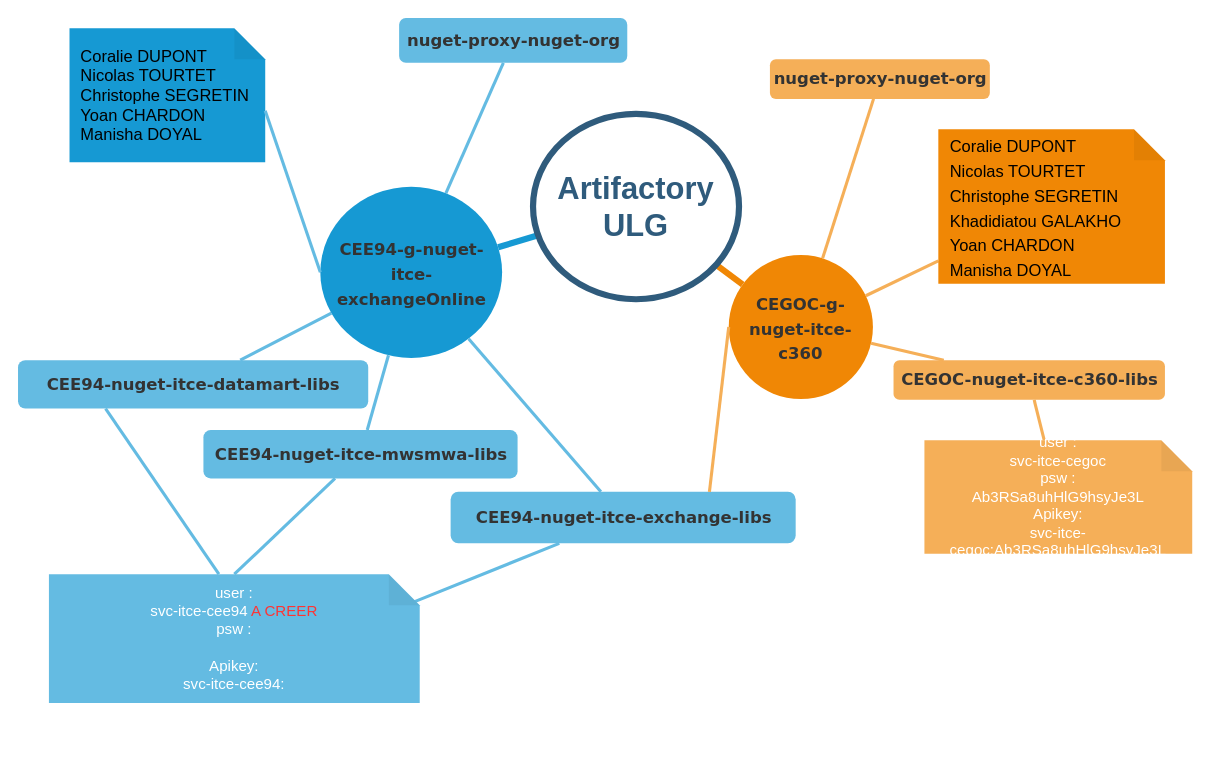
Before: page "C360-Administrateurs" (2 of 2) of artifactory-uld_Diagram.drawio in jmrablat/diagrams, a draw.io diagram. Source tidied: cells renumbered, new cells numbered last; positions are measured from the earlier drawing's top-left corner, leaving out a move shared by most shapes. Both pictures are drawn from the tidied source at 103%, with x=0, y=0 at pixel (18, 18).
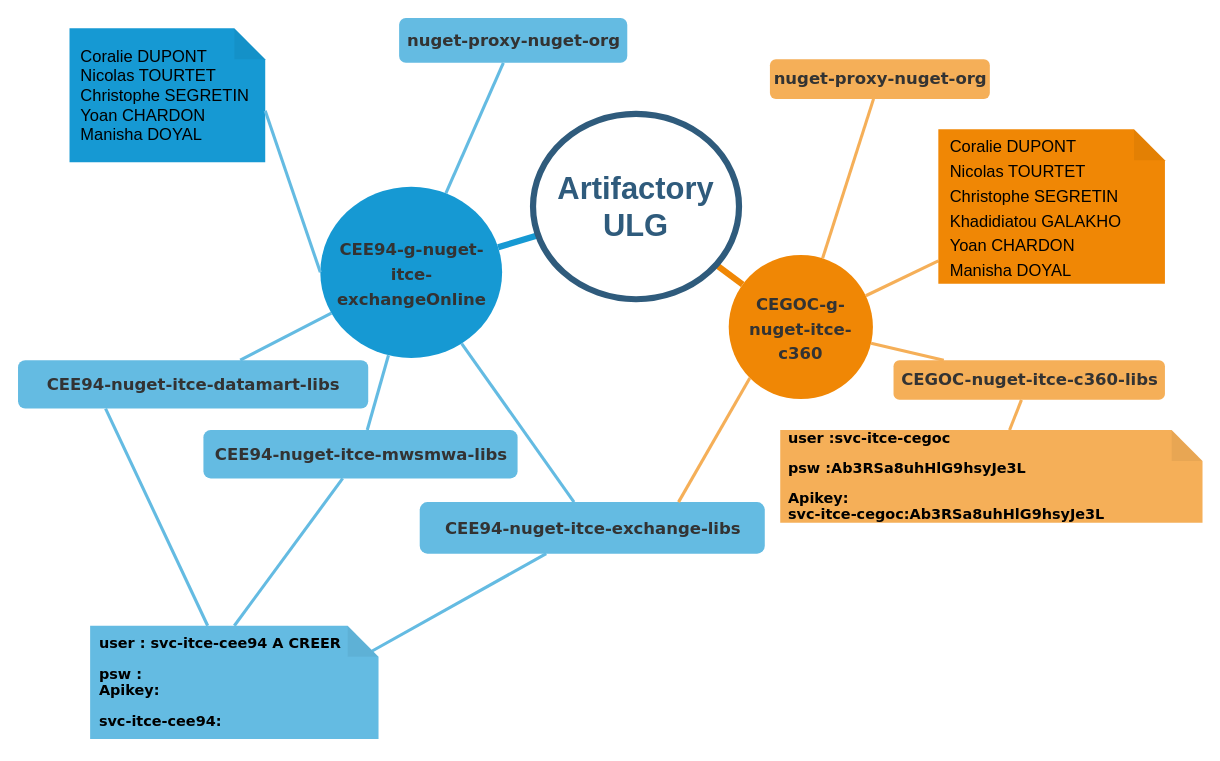
The same diagram, later.

Commit message:
positionnement des comptes de services

The change refers to these unchanged cells:
```xml
<mxCell id="4" value="&lt;span style=&quot;color: rgb(51 , 51 , 51) ; font-family: &amp;#34;verdana&amp;#34; ; font-size: 16px ; font-weight: 700&quot;&gt;CEGOC-g-nuget-itce-c360&lt;/span&gt;" style="ellipse;whiteSpace=wrap;html=1;shadow=0;fontFamily=Helvetica;fontSize=20;fontColor=#FFFFFF;align=center;strokeWidth=3;fillColor=#F08705;strokeColor=none;gradientColor=none;" parent="1" vertex="1">
  <mxGeometry x="690" y="230" width="140" height="140" as="geometry" />
</mxCell>
<mxCell id="12" value="&lt;span style=&quot;color: rgb(51 , 51 , 51) ; font-family: &amp;#34;verdana&amp;#34; ; font-size: 16px ; font-weight: 700&quot;&gt;CEE94-nuget-itce-datamart-libs&lt;/span&gt;" style="rounded=1;fillColor=#64BBE2;strokeColor=none;strokeWidth=3;shadow=0;html=1;fontColor=#FFFFFF;" parent="1" vertex="1">
  <mxGeometry y="332.2" width="340" height="47" as="geometry" />
</mxCell>
```

The edit, as a diff of the source:
```diff
@@
     <mxCell id="10" value="&lt;span style=&quot;color: rgb(51 , 51 , 51) ; font-family: &amp;#34;verdana&amp;#34; ; font-size: 16px ; font-weight: 700&quot;&gt;CEE94-nuget-itce-exchange-libs&lt;/span&gt;" style="rounded=1;fillColor=#64BBE2;strokeColor=none;strokeWidth=3;shadow=0;html=1;fontColor=#FFFFFF;" parent="1" vertex="1">
-      <mxGeometry x="420" y="460" width="335" height="50" as="geometry" />
+      <mxGeometry x="390" y="470" width="335" height="50" as="geometry" />
     </mxCell>
-    <mxCell id="11" style="edgeStyle=none;jettySize=auto;html=1;entryX=0;entryY=0;entryDx=165;entryDy=0;entryPerimeter=0;endArrow=none;strokeColor=#64BBE2;strokeWidth=3;exitX=0.25;exitY=1;exitDx=0;exitDy=0;" parent="1" edge="1" source="12" target="29">
+    <mxCell id="11" style="edgeStyle=none;jettySize=auto;html=1;endArrow=none;strokeColor=#64BBE2;strokeWidth=3;exitX=0.25;exitY=1;exitDx=0;exitDy=0;" parent="1" edge="1" source="12" target="29">
       <mxGeometry relative="1" as="geometry" />
     </mxCell>
@@
-    <mxCell id="24" style="edgeStyle=none;endArrow=none;strokeWidth=3;strokeColor=#F5AF58;html=1;entryX=0.75;entryY=0;entryDx=0;entryDy=0;exitX=0;exitY=0.5;exitDx=0;exitDy=0;" parent="1" edge="1" source="4" target="10">
+    <mxCell id="24" style="edgeStyle=none;endArrow=none;strokeWidth=3;strokeColor=#F5AF58;html=1;entryX=0.75;entryY=0;entryDx=0;entryDy=0;exitX=0;exitY=1;exitDx=0;exitDy=0;" parent="1" edge="1" source="4" target="10">
       <mxGeometry x="-31" y="110.5" as="geometry" />
     </mxCell>
@@
-    <mxCell id="28" value="&lt;p style=&quot;margin: 0in ; font-family: &amp;#34;calibri&amp;#34; ; font-size: 11.0pt&quot;&gt;user&amp;nbsp;:&lt;br&gt;svc-itce-cegoc&lt;/p&gt;&lt;span style=&quot;font-family: &amp;#34;calibri&amp;#34; ; font-size: 11pt&quot;&gt;psw&amp;nbsp;:&lt;/span&gt;&lt;br&gt;&lt;p style=&quot;margin: 0in ; font-family: &amp;#34;calibri&amp;#34; ; font-size: 11.0pt&quot;&gt;Ab3RSa8uhHlG9hsyJe3L&lt;/p&gt;&lt;p style=&quot;margin: 0in ; font-family: &amp;#34;calibri&amp;#34; ; font-size: 11.0pt&quot;&gt;Apikey:&lt;/p&gt;&lt;p style=&quot;margin: 0in ; font-family: &amp;#34;calibri&amp;#34; ; font-size: 11.0pt&quot;&gt;svc-itce-cegoc:Ab3RSa8uhHlG9hsyJe3L&lt;/p&gt;" style="shape=note;whiteSpace=wrap;html=1;backgroundOutline=1;darkOpacity=0.05;rounded=1;shadow=0;fontColor=#FFFFFF;strokeColor=none;strokeWidth=3;fillColor=#f5af58;" parent="1" vertex="1">
-      <mxGeometry x="880" y="410" width="260" height="110" as="geometry" />
+    <mxCell id="28" value="&lt;p style=&quot;margin: 0in ; font-size: 14px&quot;&gt;&lt;font style=&quot;font-size: 14px&quot;&gt;user&amp;nbsp;:svc-itce-cegoc&lt;/font&gt;&lt;/p&gt;&lt;p&gt;&lt;font style=&quot;font-size: 14px&quot;&gt;&lt;span&gt;psw&amp;nbsp;:&lt;/span&gt;Ab3RSa8uhHlG9hsyJe3L&lt;/font&gt;&lt;/p&gt;&lt;p style=&quot;margin: 0in ; font-size: 14px&quot;&gt;&lt;font style=&quot;font-size: 14px&quot;&gt;Apikey:&lt;/font&gt;&lt;/p&gt;&lt;p style=&quot;margin: 0in ; font-size: 14px&quot;&gt;&lt;font style=&quot;font-size: 14px&quot;&gt;svc-itce-cegoc:Ab3RSa8uhHlG9hsyJe3L&lt;/font&gt;&lt;/p&gt;" style="shape=note;whiteSpace=wrap;html=1;backgroundOutline=1;darkOpacity=0.05;rounded=1;shadow=0;strokeColor=none;strokeWidth=3;fillColor=#f5af58;align=left;spacingLeft=6;fontStyle=1;fontFamily=Verdana;" parent="1" vertex="1">
+      <mxGeometry x="740" y="400" width="410" height="90" as="geometry" />
     </mxCell>
-    <mxCell id="29" value="&lt;p style=&quot;margin: 0in ; font-family: &amp;#34;calibri&amp;#34; ; font-size: 11pt&quot;&gt;user&amp;nbsp;:&lt;br&gt;svc-itce-cee94 &lt;font color=&quot;#ff3333&quot;&gt;A CREER&lt;/font&gt;&lt;/p&gt;&lt;span style=&quot;font-family: &amp;#34;calibri&amp;#34; ; font-size: 11pt&quot;&gt;psw&amp;nbsp;:&lt;/span&gt;&lt;br&gt;&lt;p style=&quot;margin: 0in ; font-family: &amp;#34;calibri&amp;#34; ; font-size: 11pt&quot;&gt;&lt;br&gt;&lt;/p&gt;&lt;p style=&quot;margin: 0in ; font-family: &amp;#34;calibri&amp;#34; ; font-size: 11pt&quot;&gt;Apikey:&lt;/p&gt;&lt;p style=&quot;margin: 0in ; font-family: &amp;#34;calibri&amp;#34; ; font-size: 11pt&quot;&gt;svc-itce-cee94:&lt;/p&gt;" style="shape=note;whiteSpace=wrap;html=1;backgroundOutline=1;darkOpacity=0.05;rounded=1;shadow=0;fontColor=#FFFFFF;strokeColor=none;strokeWidth=3;fillColor=#64BBE2;" parent="1" vertex="1">
-      <mxGeometry x="30" y="540" width="360" height="125" as="geometry" />
+    <mxCell id="29" value="&lt;p style=&quot;margin: 0in ; font-size: 12px&quot;&gt;&lt;/p&gt;&lt;p style=&quot;font-size: 14px&quot;&gt;&lt;font style=&quot;font-size: 14px ; line-height: 100%&quot;&gt;&lt;font style=&quot;font-size: 14px&quot;&gt;&lt;span&gt;user&amp;nbsp;: svc-itce-cee94 &lt;/span&gt;&lt;font style=&quot;font-size: 14px&quot;&gt;A CREER&lt;br&gt;&lt;/font&gt;&lt;/font&gt;&lt;/font&gt;&lt;p&gt;&lt;font style=&quot;font-size: 14px ; line-height: 100%&quot;&gt;&lt;font style=&quot;font-size: 14px&quot;&gt;&lt;span&gt;psw&amp;nbsp;:&amp;nbsp;&lt;br&gt;&lt;/span&gt;&lt;/font&gt;&lt;/font&gt;&lt;font style=&quot;font-size: 14px ; line-height: 100%&quot;&gt;&lt;font style=&quot;font-size: 14px&quot;&gt;&lt;span&gt;Apikey:&lt;/span&gt;&lt;/font&gt;&lt;/font&gt;&lt;/p&gt;&lt;/p&gt;&lt;p style=&quot;font-size: 14px&quot;&gt;&lt;span&gt;svc-itce-cee94:&lt;/span&gt;&lt;/p&gt;&lt;p style=&quot;font-size: 12px&quot;&gt;&lt;/p&gt;" style="shape=note;whiteSpace=wrap;html=1;backgroundOutline=1;darkOpacity=0.05;rounded=1;shadow=0;strokeColor=none;strokeWidth=3;fillColor=#64BBE2;align=left;fontFamily=Verdana;fontStyle=1;fontSize=12;spacingLeft=7;" parent="1" vertex="1">
+      <mxGeometry x="70" y="590" width="280" height="110" as="geometry" />
     </mxCell>
```
